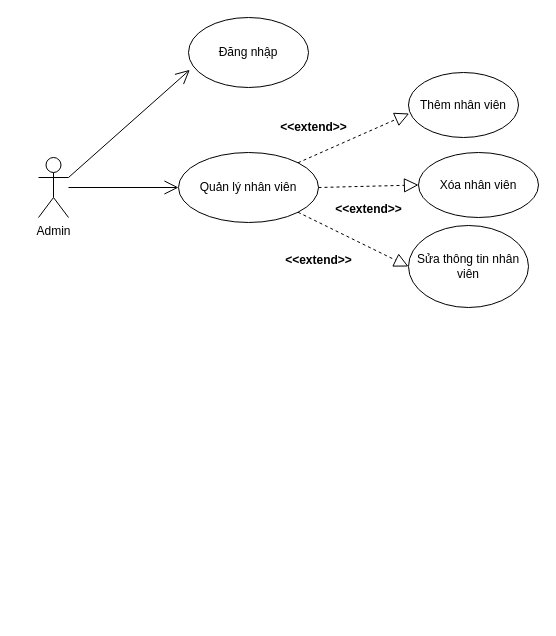
Above: tttn.drawio in VanTruongPTITHCM2002/DoAnJava (draw.io), before the change. Source tidied: cells renumbered, new cells numbered last; positions are measured from the earlier drawing's top-left corner, leaving out a move shared by most shapes. Both pictures are drawn from the tidied source at 100%, with x=0, y=0 at pixel (38, 17).
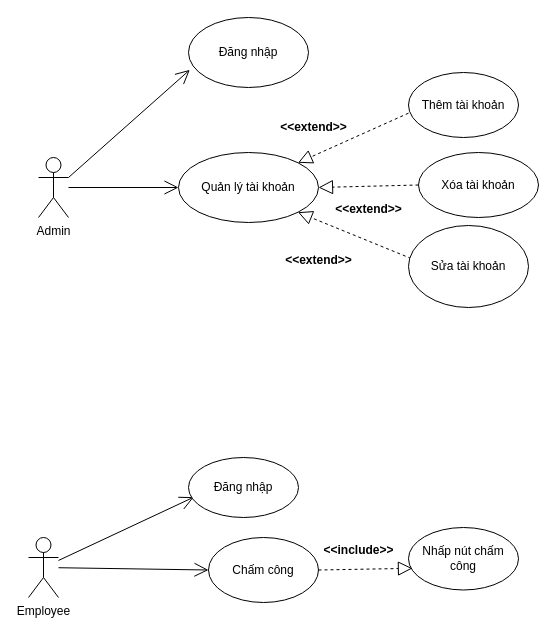
Above is the later version.

Commit message (it also covers changes not shown here):
Cập nhật tttn.drawio

What changed in the source:
```diff
@@
-    <mxCell id="4" value="Quản lý nhân viên" style="ellipse;whiteSpace=wrap;html=1;" parent="1" vertex="1">
+    <mxCell id="4" value="Quản lý tài khoản" style="ellipse;whiteSpace=wrap;html=1;" parent="1" vertex="1">
       <mxGeometry x="140" y="135" width="140" height="70" as="geometry" />
     </mxCell>
-    <mxCell id="5" style="endArrow=block;dashed=1;endFill=0;endSize=12;html=1;rounded=0;exitX=1;exitY=0;exitDx=0;exitDy=0;entryX=0.006;entryY=0.631;entryDx=0;entryDy=0;entryPerimeter=0;" parent="1" edge="1" source="4" target="11">
+    <mxCell id="5" style="endArrow=block;dashed=1;endFill=0;endSize=12;html=1;rounded=0;entryX=1;entryY=0;entryDx=0;entryDy=0;exitX=0;exitY=0.626;exitDx=0;exitDy=0;exitPerimeter=0;" parent="1" edge="1" source="11" target="4">
       <mxGeometry relative="1" as="geometry" />
     </mxCell>
-    <mxCell id="6" style="endArrow=block;dashed=1;endFill=0;endSize=12;html=1;rounded=0;exitX=1;exitY=0.5;exitDx=0;exitDy=0;entryX=0;entryY=0.5;entryDx=0;entryDy=0;" parent="1" edge="1" source="4" target="12">
+    <mxCell id="6" style="endArrow=block;dashed=1;endFill=0;endSize=12;html=1;rounded=0;entryX=1;entryY=0.5;entryDx=0;entryDy=0;exitX=0;exitY=0.5;exitDx=0;exitDy=0;" parent="1" edge="1" source="12" target="4">
       <mxGeometry relative="1" as="geometry" />
     </mxCell>
-    <mxCell id="7" style="endArrow=block;dashed=1;endFill=0;endSize=12;html=1;rounded=0;exitX=1;exitY=1;exitDx=0;exitDy=0;entryX=0;entryY=0.5;entryDx=0;entryDy=0;" parent="1" edge="1" source="4" target="13">
+    <mxCell id="7" style="endArrow=block;dashed=1;endFill=0;endSize=12;html=1;rounded=0;entryX=1;entryY=1;entryDx=0;entryDy=0;exitX=0.022;exitY=0.402;exitDx=0;exitDy=0;exitPerimeter=0;" parent="1" edge="1" source="13" target="4">
       <mxGeometry relative="1" as="geometry" />
     </mxCell>
@@
-    <mxCell id="11" value="Thêm nhân viên" style="ellipse;whiteSpace=wrap;html=1;" parent="1" vertex="1">
+    <mxCell id="11" value="Thêm tài khoản" style="ellipse;whiteSpace=wrap;html=1;" parent="1" vertex="1">
       <mxGeometry x="370" y="55" width="110" height="65" as="geometry" />
     </mxCell>
-    <mxCell id="12" value="Xóa nhân viên" style="ellipse;whiteSpace=wrap;html=1;" parent="1" vertex="1">
+    <mxCell id="12" value="Xóa tài khoản" style="ellipse;whiteSpace=wrap;html=1;" parent="1" vertex="1">
       <mxGeometry x="380" y="135" width="120" height="65" as="geometry" />
     </mxCell>
-    <mxCell id="13" value="Sửa thông tin nhân viên" style="ellipse;whiteSpace=wrap;html=1;" parent="1" vertex="1">
+    <mxCell id="13" value="Sửa tài khoản" style="ellipse;whiteSpace=wrap;html=1;" parent="1" vertex="1">
       <mxGeometry x="370" y="208" width="120" height="82" as="geometry" />
     </mxCell>
@@
+    <mxCell id="16" value="Employee" style="shape=umlActor;verticalLabelPosition=bottom;verticalAlign=top;html=1;outlineConnect=0;" parent="1" vertex="1">
+      <mxGeometry x="-10" y="520" width="30" height="60" as="geometry" />
+    </mxCell>
+    <mxCell id="17" style="endArrow=open;endFill=1;endSize=12;html=1;rounded=0;entryX=0.048;entryY=0.661;entryDx=0;entryDy=0;entryPerimeter=0;" parent="1" edge="1" source="16" target="19">
+      <mxGeometry relative="1" as="geometry" />
+    </mxCell>
+    <mxCell id="18" style="endArrow=open;endFill=1;endSize=12;html=1;rounded=0;entryX=0;entryY=0.5;entryDx=0;entryDy=0;" parent="1" edge="1" source="16" target="20">
+      <mxGeometry relative="1" as="geometry" />
+    </mxCell>
+    <mxCell id="19" value="Đăng nhập" style="ellipse;whiteSpace=wrap;html=1;" parent="1" vertex="1">
+      <mxGeometry x="150" y="440" width="110" height="60" as="geometry" />
+    </mxCell>
+    <mxCell id="20" value="Chấm công" style="ellipse;whiteSpace=wrap;html=1;" parent="1" vertex="1">
+      <mxGeometry x="170" y="520" width="110" height="65" as="geometry" />
+    </mxCell>
+    <mxCell id="21" style="endArrow=block;dashed=1;endFill=0;endSize=12;html=1;rounded=0;exitX=1;exitY=0.5;exitDx=0;exitDy=0;entryX=0.036;entryY=0.653;entryDx=0;entryDy=0;entryPerimeter=0;" parent="1" edge="1" source="20" target="23">
+      <mxGeometry relative="1" as="geometry" />
+    </mxCell>
+    <mxCell id="22" value="&amp;lt;&amp;lt;include&amp;gt;&amp;gt;" style="text;align=center;fontStyle=1;verticalAlign=middle;spacingLeft=3;spacingRight=3;strokeColor=none;html=1;" parent="1" vertex="1">
+      <mxGeometry x="280" y="520" width="80" height="26" as="geometry" />
+    </mxCell>
+    <mxCell id="23" value="Nhấp nút chấm công" style="ellipse;whiteSpace=wrap;html=1;" parent="1" vertex="1">
+      <mxGeometry x="370" y="510" width="110" height="62.5" as="geometry" />
+    </mxCell>
```
